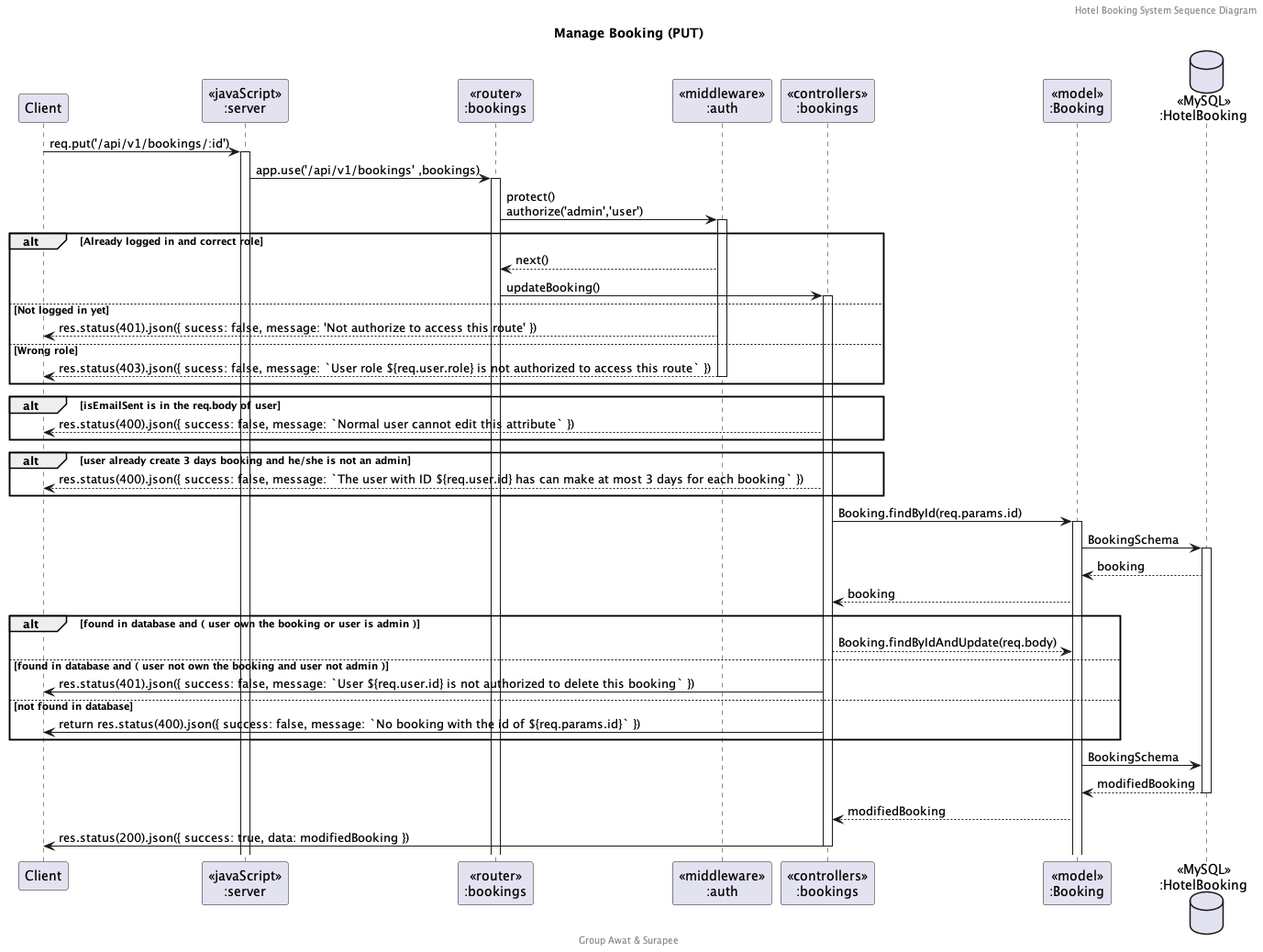
northsurapee/Hotel_Booking keeps this PlantUML diagram as doc/Sequence Diagram/png/Manage Booking (PUT).png. Above is the earlier version.
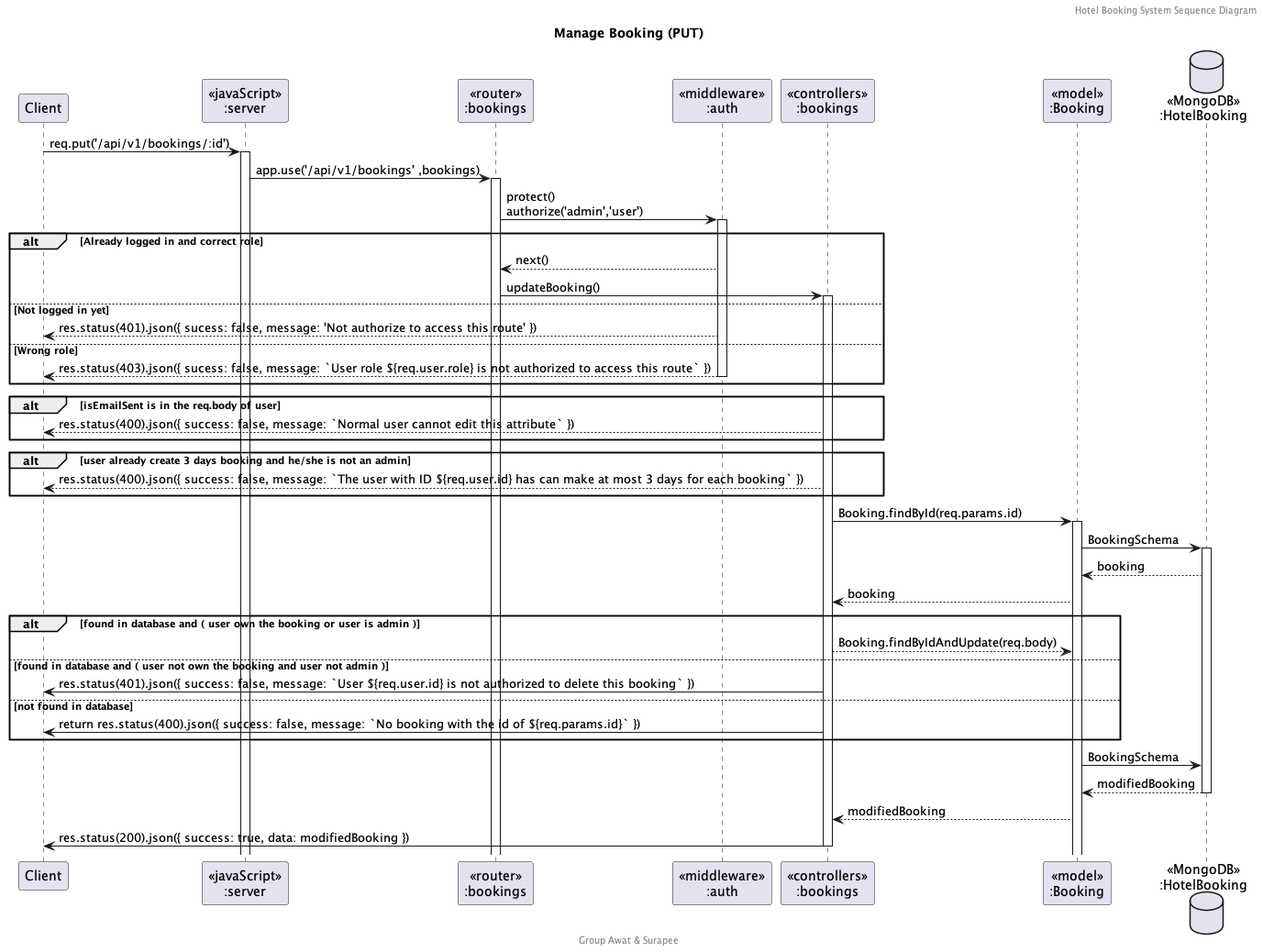
Later version of the same file.

What changed in the source:
```diff
@@ -10,7 +10,7 @@
 participant "<<middleware>>\n:auth" as middleware
 participant "<<controllers>>\n:bookings" as controllersBooking
 participant "<<model>>\n:Booking" as modelBooking
-database "<<MySQL>>\n:HotelBooking" as HotelBookingDatabase
+database "<<MongoDB>>\n:HotelBooking" as HotelBookingDatabase
 
 client -> server ++:req.put('/api/v1/bookings/:id')
 server -> routerBooking ++:app.use('/api/v1/bookings' ,bookings)
```
